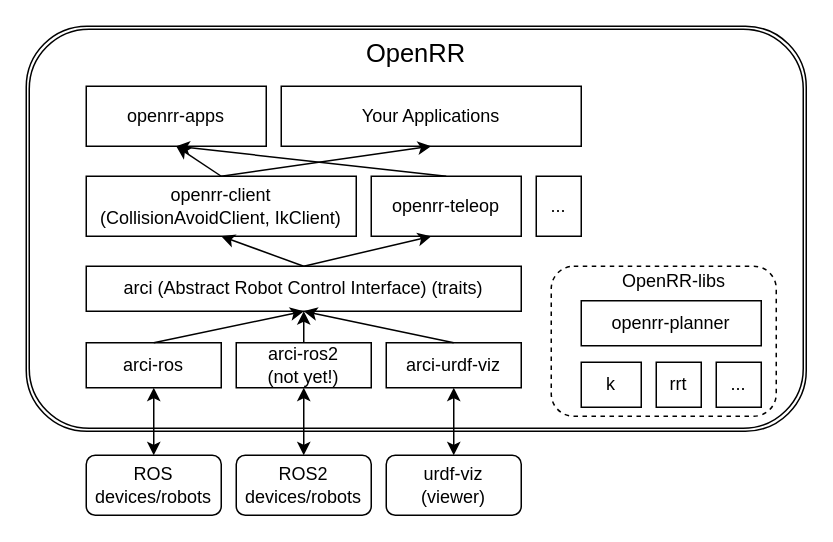
openrr/openrr keeps this draw.io diagram as img/architecture.drawio. Above is the earlier version. Source tidied: cells renumbered, new cells numbered last; positions are measured from the earlier drawing's top-left corner, leaving out a move shared by most shapes. Both pictures are drawn from the tidied source at 150%, with x=0, y=0 at pixel (26, 26).
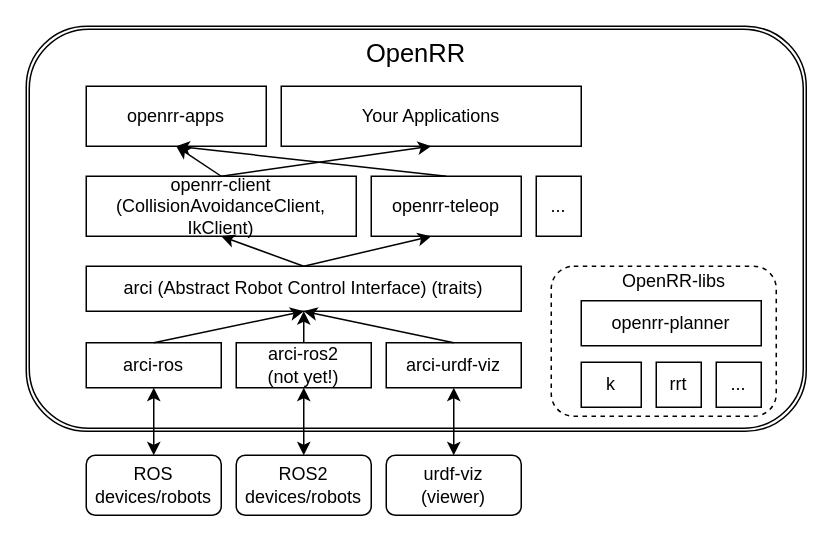
Above is the later version.

Commit message (it also covers changes not shown here):
[openrr-client] Rename CollisionAvoidClient->CollisionAvoidanceClient

What changed in the source:
```diff
@@
-    <mxCell id="18" value="openrr-client&lt;br&gt;(CollisionAvoidClient, IkClient)" style="rounded=0;whiteSpace=wrap;html=1;" parent="1" vertex="1">
+    <mxCell id="18" value="openrr-client&lt;br&gt;(CollisionAvoidanceClient, IkClient)" style="rounded=0;whiteSpace=wrap;html=1;" parent="1" vertex="1">
       <mxGeometry x="40" y="100" width="180" height="40" as="geometry" />
     </mxCell>
```
